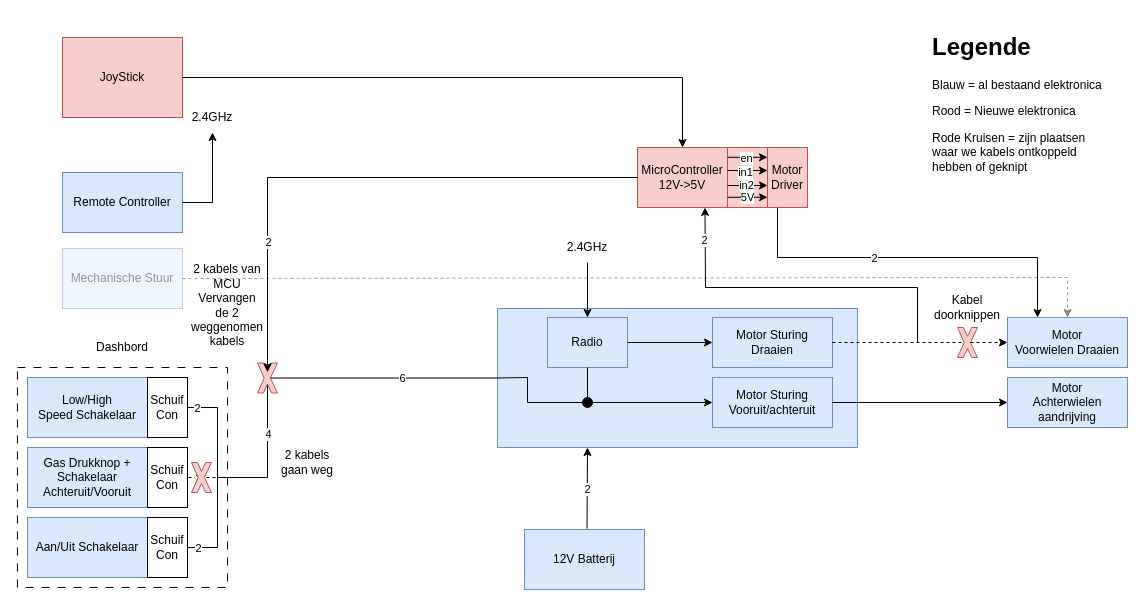
Above: page "Blokdiagram nieuw architectuur" (7 of 8) of ArchitectuurDocumenten/Architectuur.drawio in vives-project-xp/GoBabyGo2.0 (draw.io), before the change. Source tidied: cells renumbered, new cells numbered last; positions are measured from the earlier drawing's top-left corner, leaving out a move shared by most shapes. Both pictures are drawn from the tidied source at 100%, with x=0, y=0 at pixel (17, 27).
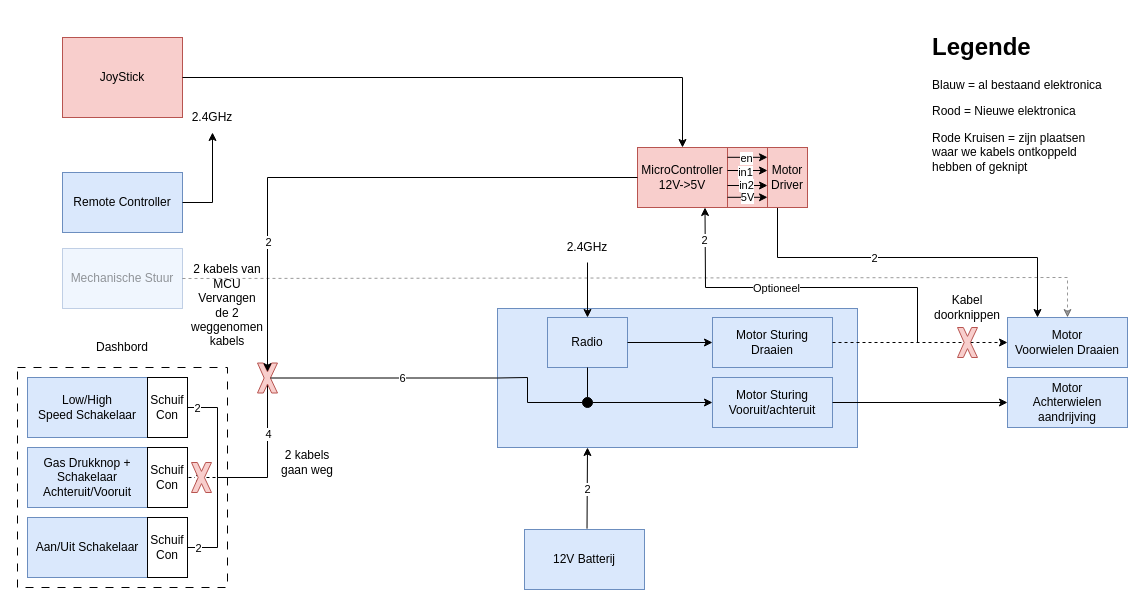
After the change.

The change refers to these unchanged cells:
```xml
<mxCell id="54" style="endArrow=classic;html=1;rounded=0;entryX=0.75;entryY=1;entryDx=0;entryDy=0;" parent="1" edge="1" target="48">
  <mxGeometry relative="1" as="geometry">
    <mxPoint x="900" y="315" as="sourcePoint" />
    <Array as="points">
      <mxPoint x="900" y="260" />
      <mxPoint x="688" y="260" />
    </Array>
  </mxGeometry>
</mxCell>
```

Change to the diagram source:
```diff
@@
+    <mxCell id="69" value="Optioneel" style="edgeLabel;html=1;align=center;verticalAlign=middle;" parent="54" vertex="1">
+      <mxGeometry x="0.13" relative="1" as="geometry">
+        <mxPoint x="-1" as="offset" />
+      </mxGeometry>
+    </mxCell>
```
